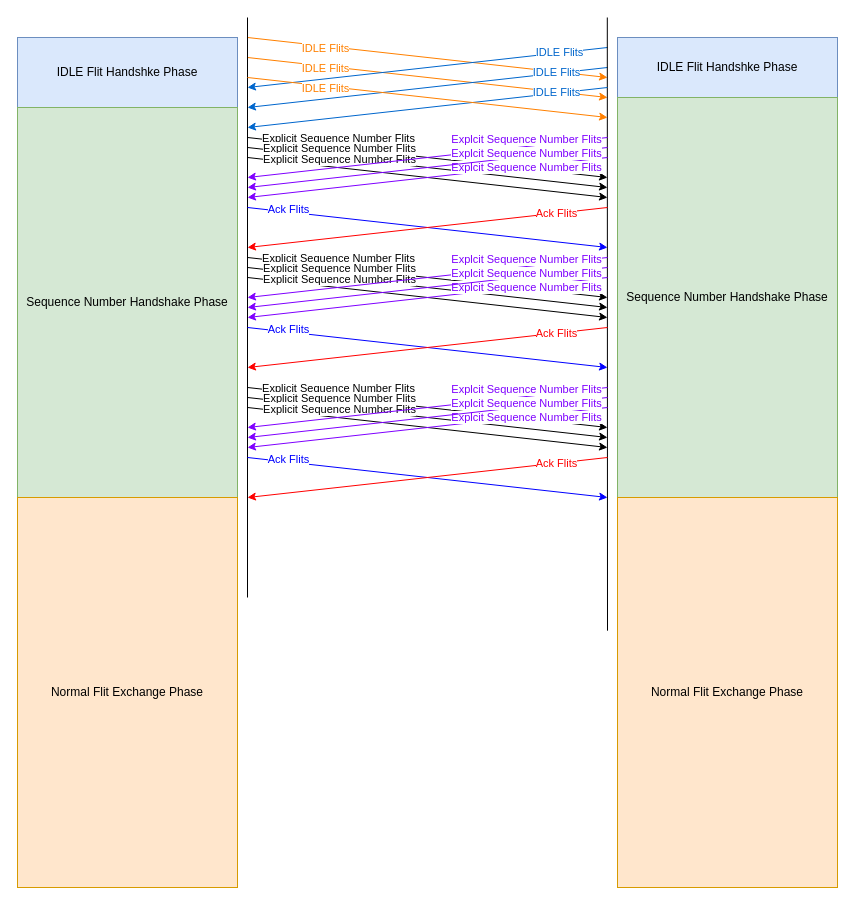
chen-lekai-7/test keeps this draw.io diagram as page "Flit Handshake Phase" (5 of 8) of 20251118_DLP_Bytes_in_Flit.drawio. Above is the earlier version. Source tidied: cells renumbered, new cells numbered last; positions are measured from the earlier drawing's top-left corner, leaving out a move shared by most shapes. Both pictures are drawn from the tidied source at 100%, with x=0, y=0 at pixel (17, 17).
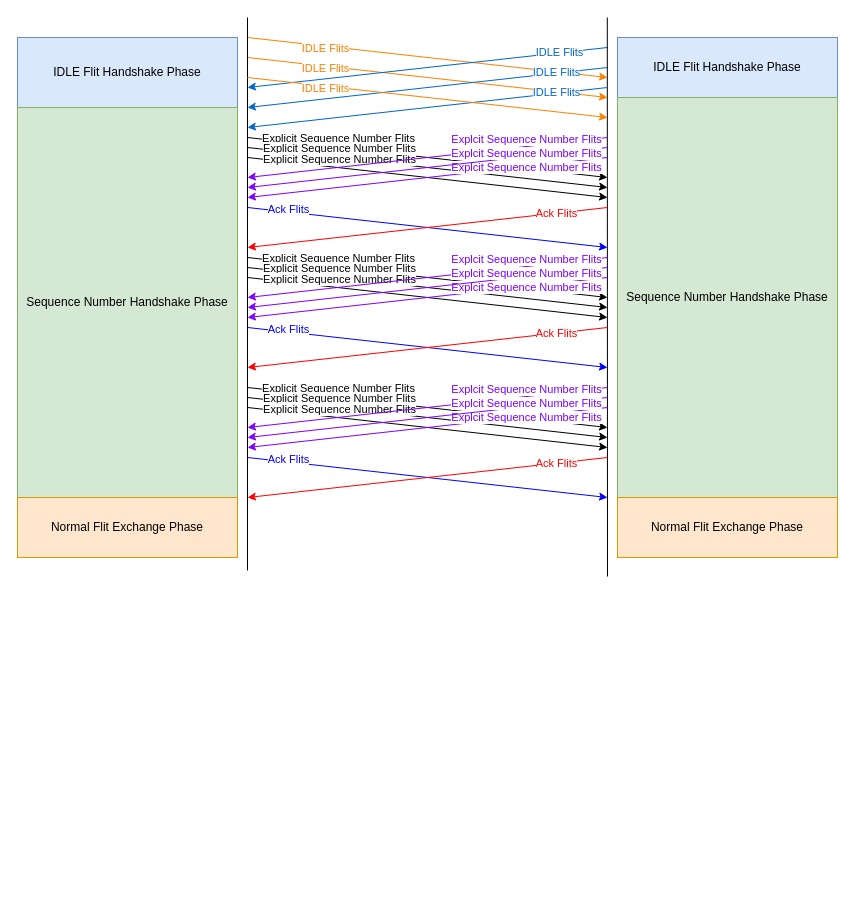
The same diagram, later.

Diff of the diagram source:
```diff
@@
-    <mxCell id="2" value="IDLE Flit Handshke Phase" style="rounded=0;whiteSpace=wrap;html=1;fillColor=#dae8fc;strokeColor=#6c8ebf;" parent="1" vertex="1">
+    <mxCell id="2" value="IDLE Flit Handshake Phase" style="rounded=0;whiteSpace=wrap;html=1;fillColor=#dae8fc;strokeColor=#6c8ebf;" parent="1" vertex="1">
       <mxGeometry y="20" width="220" height="70" as="geometry" />
     </mxCell>
@@
     <mxCell id="12" style="endArrow=none;html=1;rounded=0;" parent="1" edge="1">
       <mxGeometry relative="1" as="geometry">
-        <mxPoint x="230" y="580" as="sourcePoint" />
+        <mxPoint x="230" y="553" as="sourcePoint" />
         <mxPoint x="230" as="targetPoint" />
       </mxGeometry>
     </mxCell>
     <mxCell id="13" style="endArrow=none;html=1;rounded=0;" parent="1" edge="1">
       <mxGeometry relative="1" as="geometry">
-        <mxPoint x="590" y="613.2" as="sourcePoint" />
+        <mxPoint x="590" y="559" as="sourcePoint" />
         <mxPoint x="589.8" as="targetPoint" />
       </mxGeometry>
     </mxCell>
-    <mxCell id="14" value="IDLE Flit Handshke Phase" style="rounded=0;whiteSpace=wrap;html=1;fillColor=#dae8fc;strokeColor=#6c8ebf;" parent="1" vertex="1">
+    <mxCell id="14" value="IDLE Flit Handshake Phase" style="rounded=0;whiteSpace=wrap;html=1;fillColor=#dae8fc;strokeColor=#6c8ebf;" parent="1" vertex="1">
       <mxGeometry x="600" y="20" width="220" height="60" as="geometry" />
     </mxCell>
@@
     <mxCell id="68" value="Normal Flit Exchange Phase" style="rounded=0;whiteSpace=wrap;html=1;fillColor=#ffe6cc;strokeColor=#d79b00;" parent="1" vertex="1">
-      <mxGeometry y="480" width="220" height="390" as="geometry" />
+      <mxGeometry y="480" width="220" height="60" as="geometry" />
     </mxCell>
     <mxCell id="69" value="Normal Flit Exchange Phase" style="rounded=0;whiteSpace=wrap;html=1;fillColor=#ffe6cc;strokeColor=#d79b00;" parent="1" vertex="1">
-      <mxGeometry x="600" y="480" width="220" height="390" as="geometry" />
+      <mxGeometry x="600" y="480" width="220" height="60" as="geometry" />
     </mxCell>
```
